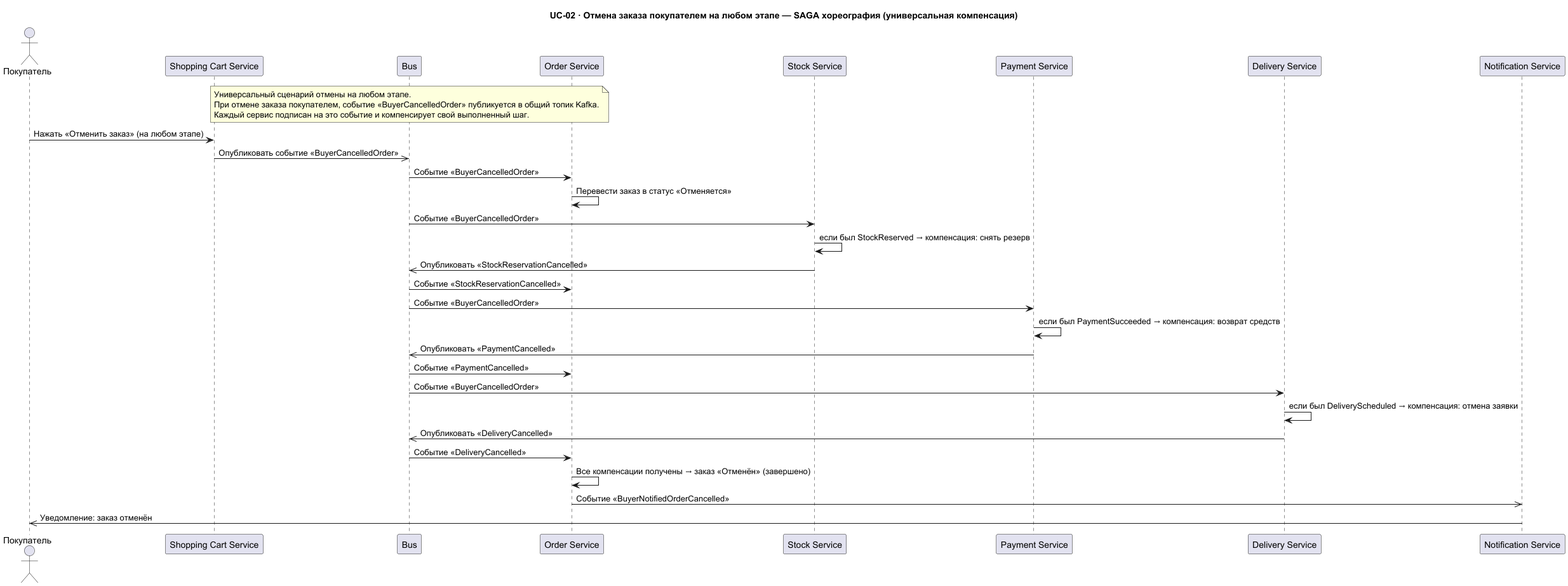
Earlier version of the PlantUML export Task1/seq-order-placement-choreography-buyer-cancel.png (Babikoff/MSA-3-NovaMarket). Source of this version:
```plantuml
@startuml
title UC-02 · Отмена заказа покупателем на любом этапе — SAGA хореография (универсальная компенсация)

note over Bus
  Универсальный сценарий отмены на любом этапе.
  При отмене заказа покупателем, событие «BuyerCancelledOrder» публикуется в общий топик Kafka.
  Каждый сервис подписан на это событие и компенсирует свой выполненный шаг.
end note

actor "Покупатель" as buyer
participant "Shopping Cart Service" as ShoppingCartService
participant "Event Bus (Kafka)" as Bus
participant "Order Service" as OrderService
participant "Stock Service" as StockService
participant "Payment Service" as PaymentService
participant "Delivery Service" as DeliveryService
participant "Notification Service" as NotificationService

buyer -> ShoppingCartService : Нажать «Отменить заказ» (на любом этапе)
ShoppingCartService ->> Bus : Опубликовать событие «BuyerCancelledOrder»

Bus -> OrderService : Событие «BuyerCancelledOrder»
OrderService -> OrderService : Перевести заказ в статус «Отменяется»

Bus -> StockService : Событие «BuyerCancelledOrder»
StockService -> StockService : если был StockReserved → компенсация: снять резерв
StockService ->> Bus : Опубликовать «StockReservationCancelled»
Bus -> OrderService : Событие «StockReservationCancelled»

Bus -> PaymentService : Событие «BuyerCancelledOrder»
PaymentService -> PaymentService : если был PaymentSucceeded → компенсация: возврат средств
PaymentService ->> Bus : Опубликовать «PaymentCancelled»
Bus -> OrderService : Событие «PaymentCancelled»

Bus -> DeliveryService : Событие «BuyerCancelledOrder»
DeliveryService -> DeliveryService : если был DeliveryScheduled → компенсация: отмена заявки
DeliveryService ->> Bus : Опубликовать «DeliveryCancelled»
Bus -> OrderService : Событие «DeliveryCancelled»

OrderService -> OrderService : Все компенсации получены → заказ «Отменён» (завершено)
OrderService ->> NotificationService : Событие «BuyerNotifiedOrderCancelled»
NotificationService ->> buyer : Уведомление: заказ отменён

@enduml
```
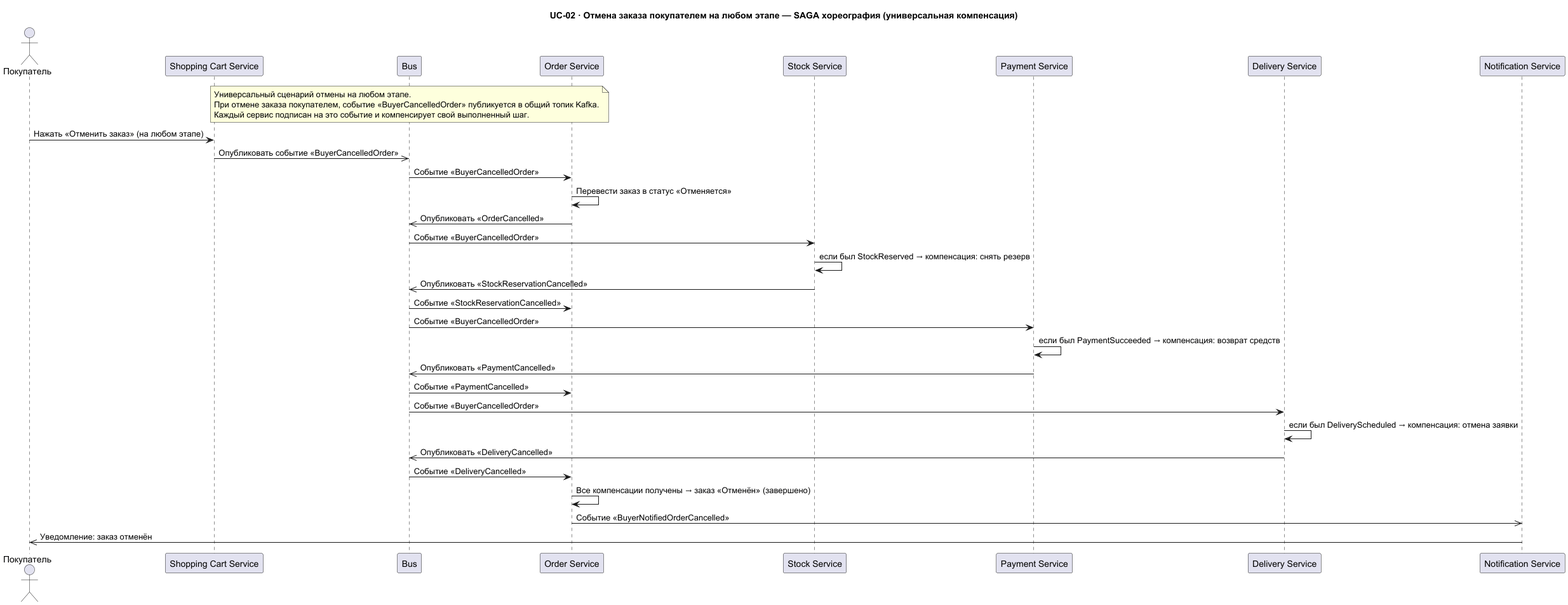
Above is the later version.

What changed in the source:
```diff
@@ -21,6 +21,7 @@
 
 Bus -> OrderService : Событие «BuyerCancelledOrder»
 OrderService -> OrderService : Перевести заказ в статус «Отменяется»
+OrderService ->> Bus : Опубликовать «OrderCancelled»
 
 Bus -> StockService : Событие «BuyerCancelledOrder»
 StockService -> StockService : если был StockReserved → компенсация: снять резерв
```
